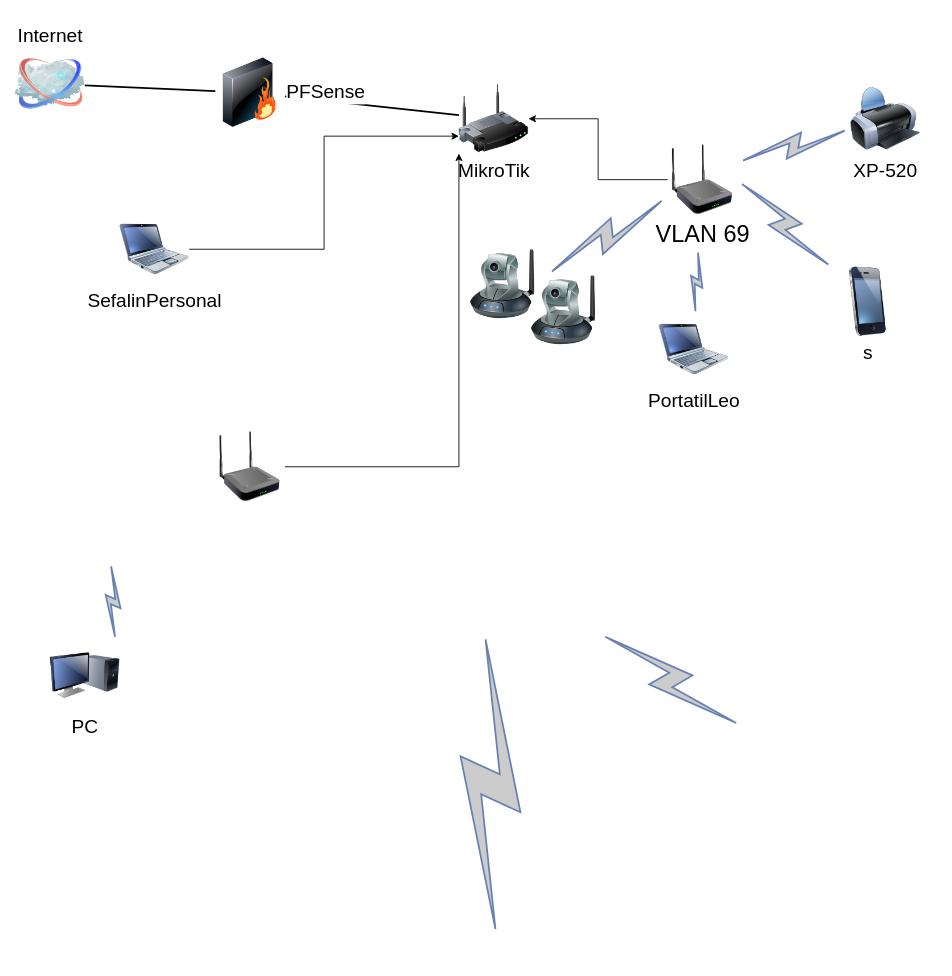
Earlier version of the draw.io diagram Untitled Diagram.drawio (sefalin84/diagramas). Source tidied: cells renumbered, new cells numbered last; positions are measured from the earlier drawing's top-left corner, leaving out a move shared by most shapes. Both pictures are drawn from the tidied source at 87%, with x=0, y=0 at pixel (15, 49).
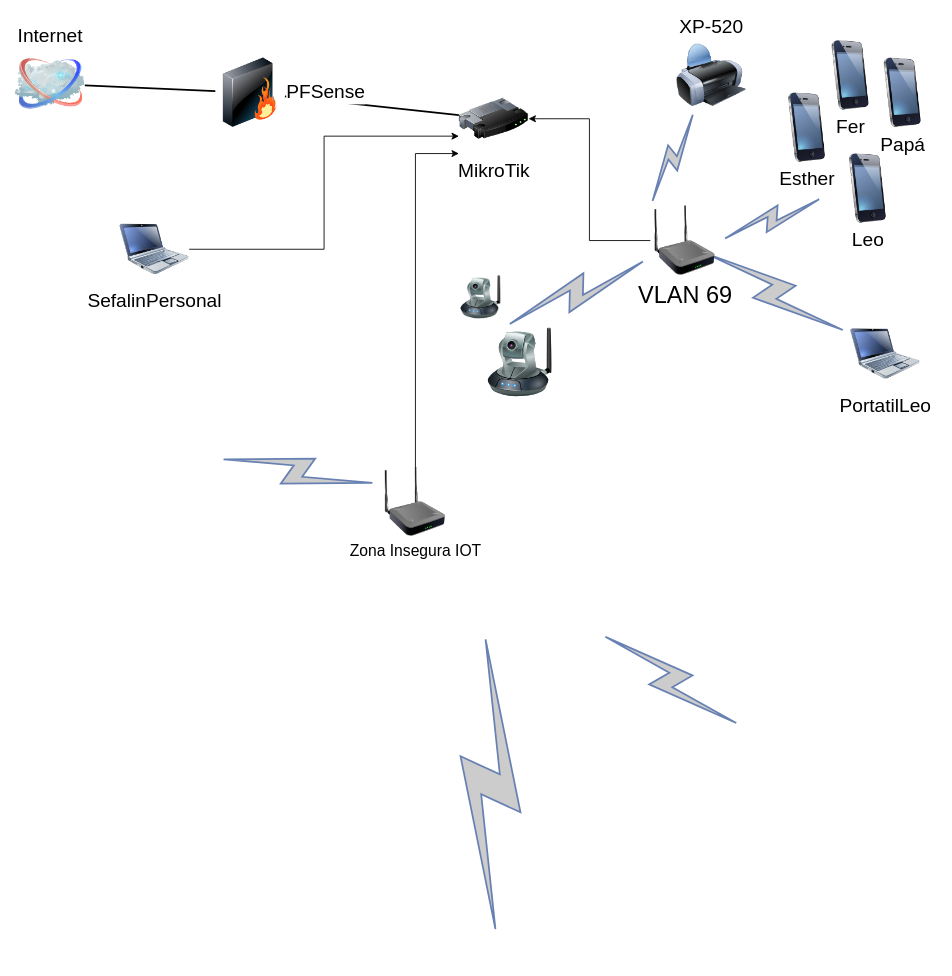
The same diagram, later.

Diff of the diagram source:
```diff
@@
-    <mxCell id="3" value="MikroTik" style="image;html=1;labelBackgroundColor=#ffffff;image=img/lib/clip_art/networking/Wireless_Router_128x128.png;rounded=1;shadow=0;comic=0;strokeWidth=2;fontSize=22;" parent="1" vertex="1">
+    <mxCell id="3" value="MikroTik" style="image;html=1;image=img/lib/clip_art/networking/Router_128x128.png;shadow=0;fontFamily=Helvetica;fontSize=22;fontColor=#000000;align=center;strokeColor=#000000;strokeWidth=2;fillColor=#ffffff;comic=0;" parent="1" vertex="1">
       <mxGeometry x="510" y="40" width="80" height="80" as="geometry" />
     </mxCell>
@@
-    <mxCell id="7" value="PC" style="image;html=1;labelBackgroundColor=#ffffff;image=img/lib/clip_art/computers/Monitor_Tower_128x128.png;rounded=1;shadow=0;comic=0;strokeWidth=2;fontSize=22;" parent="1" vertex="1">
-      <mxGeometry x="40" y="680" width="80" height="80" as="geometry" />
-    </mxCell>
-    <mxCell id="8" value="XP-520" style="image;html=1;labelBackgroundColor=#ffffff;image=img/lib/clip_art/computers/Printer_128x128.png;rounded=1;shadow=0;comic=0;strokeWidth=2;fontSize=22;" parent="1" vertex="1">
-      <mxGeometry x="960" y="40" width="80" height="80" as="geometry" />
+    <mxCell id="8" value="XP-520" style="image;html=1;labelBackgroundColor=#ffffff;image=img/lib/clip_art/computers/Printer_128x128.png;rounded=1;shadow=0;comic=0;strokeWidth=2;fontSize=22;labelPosition=center;verticalLabelPosition=top;align=center;verticalAlign=bottom;" parent="1" vertex="1">
+      <mxGeometry x="760" y="-10" width="80" height="80" as="geometry" />
     </mxCell>
-    <mxCell id="9" value="s" style="image;html=1;labelBackgroundColor=#ffffff;image=img/lib/clip_art/telecommunication/iPhone_128x128.png;rounded=1;shadow=0;comic=0;strokeWidth=2;fontSize=22;" parent="1" vertex="1">
-      <mxGeometry x="940" y="250" width="80" height="80" as="geometry" />
+    <mxCell id="9" value="Esther" style="image;html=1;labelBackgroundColor=#ffffff;image=img/lib/clip_art/telecommunication/iPhone_128x128.png;rounded=1;shadow=0;comic=0;strokeWidth=2;fontSize=22;" parent="1" vertex="1">
+      <mxGeometry x="870" y="50" width="80" height="80" as="geometry" />
     </mxCell>
@@
     <mxCell id="12" value="PortatilLeo" style="image;html=1;labelBackgroundColor=#ffffff;image=img/lib/clip_art/computers/Netbook_128x128.png;rounded=1;shadow=0;comic=0;strokeWidth=2;fontSize=22;" parent="1" vertex="1">
-      <mxGeometry x="740" y="305" width="80" height="80" as="geometry" />
+      <mxGeometry x="960" y="310" width="80" height="80" as="geometry" />
     </mxCell>
-    <mxCell id="13" style="html=1;fillColor=#CCCCCC;strokeColor=#6881B3;gradientColor=none;gradientDirection=north;strokeWidth=2;shape=mxgraph.networks.comm_link_edge;html=1;labelBackgroundColor=none;endArrow=none;fontFamily=Verdana;fontSize=22;fontColor=#000000;entryX=1;entryY=0.25;entryDx=0;entryDy=0;" parent="1" edge="1" source="8" target="20">
+    <mxCell id="13" style="html=1;fillColor=#CCCCCC;strokeColor=#6881B3;gradientColor=none;gradientDirection=north;strokeWidth=2;shape=mxgraph.networks.comm_link_edge;html=1;labelBackgroundColor=none;endArrow=none;fontFamily=Verdana;fontSize=22;fontColor=#000000;entryX=0;entryY=0;entryDx=0;entryDy=0;" parent="1" edge="1" source="8" target="20">
       <mxGeometry relative="1" as="geometry" />
     </mxCell>
-    <mxCell id="14" style="html=1;fillColor=#CCCCCC;strokeColor=#6881B3;gradientColor=none;gradientDirection=north;strokeWidth=2;shape=mxgraph.networks.comm_link_edge;html=1;labelBackgroundColor=none;endArrow=none;fontFamily=Verdana;fontSize=22;fontColor=#000000;fontStyle=1;" parent="1" edge="1" source="7">
+    <mxCell id="14" style="html=1;fillColor=#CCCCCC;strokeColor=#6881B3;gradientColor=none;gradientDirection=north;strokeWidth=2;shape=mxgraph.networks.comm_link_edge;html=1;labelBackgroundColor=none;endArrow=none;fontFamily=Verdana;fontSize=22;fontColor=#000000;fontStyle=1;exitX=0;exitY=0.25;exitDx=0;exitDy=0;" parent="1" edge="1" source="25">
       <mxGeometry relative="1" as="geometry">
-        <mxPoint x="110" y="590" as="targetPoint" />
-        <Array as="points">
-          <mxPoint x="150" y="640" />
-        </Array>
+        <mxPoint x="230" y="470" as="targetPoint" />
       </mxGeometry>
     </mxCell>
@@
-    <mxCell id="18" style="html=1;fillColor=#CCCCCC;strokeColor=#6881B3;gradientColor=none;gradientDirection=north;strokeWidth=2;shape=mxgraph.networks.comm_link_edge;html=1;labelBackgroundColor=none;endArrow=none;fontFamily=Verdana;fontSize=22;fontColor=#000000;entryX=1;entryY=0.5;entryDx=0;entryDy=0;" parent="1" edge="1" source="9" target="20">
-      <mxGeometry relative="1" as="geometry" />
+    <mxCell id="18" style="html=1;fillColor=#CCCCCC;strokeColor=#6881B3;gradientColor=none;gradientDirection=north;strokeWidth=2;shape=mxgraph.networks.comm_link_edge;html=1;labelBackgroundColor=none;endArrow=none;fontFamily=Verdana;fontSize=22;fontColor=#000000;entryX=1;entryY=0.5;entryDx=0;entryDy=0;" parent="1" edge="1" target="20">
+      <mxGeometry relative="1" as="geometry">
+        <mxPoint x="930" y="170" as="sourcePoint" />
+      </mxGeometry>
     </mxCell>
@@
     <mxCell id="20" value="&lt;font style=&quot;font-size: 27px&quot;&gt;VLAN 69&lt;/font&gt;" style="image;html=1;image=img/lib/clip_art/networking/Repeater_128x128.png;" parent="1" vertex="1">
-      <mxGeometry x="750" y="110" width="80" height="80" as="geometry" />
+      <mxGeometry x="730" y="180" width="80" height="80" as="geometry" />
     </mxCell>
     <mxCell id="21" style="image;html=1;image=img/lib/clip_art/networking/Ip_Camera_128x128.png;" parent="1" vertex="1">
-      <mxGeometry x="590" y="260" width="80" height="80" as="geometry" />
+      <mxGeometry x="540" y="320" width="80" height="80" as="geometry" />
     </mxCell>
@@
     <mxCell id="23" style="image;html=1;image=img/lib/clip_art/networking/Ip_Camera_128x128.png;" parent="1" vertex="1">
-      <mxGeometry x="520" y="230" width="80" height="80" as="geometry" />
+      <mxGeometry x="510" y="260" width="50" height="50" as="geometry" />
     </mxCell>
     <mxCell id="24" style="edgeStyle=orthogonalEdgeStyle;rounded=0;jettySize=auto;html=1;entryX=0;entryY=1;entryDx=0;entryDy=0;" parent="1" edge="1" source="25" target="3">
-      <mxGeometry relative="1" as="geometry" />
+      <mxGeometry relative="1" as="geometry">
+        <Array as="points">
+          <mxPoint x="460" y="480" />
+          <mxPoint x="460" y="120" />
+        </Array>
+      </mxGeometry>
     </mxCell>
-    <mxCell id="25" style="image;html=1;image=img/lib/clip_art/networking/Repeater_128x128.png;" parent="1" vertex="1">
-      <mxGeometry x="230" y="440" width="80" height="80" as="geometry" />
+    <mxCell id="25" value="Zona Insegura IOT" style="image;html=1;image=img/lib/clip_art/networking/Repeater_128x128.png;fontSize=18;" parent="1" vertex="1">
+      <mxGeometry x="420" y="480" width="80" height="80" as="geometry" />
     </mxCell>
+    <mxCell id="26" value="Fer" style="image;html=1;labelBackgroundColor=#ffffff;image=img/lib/clip_art/telecommunication/iPhone_128x128.png;rounded=1;shadow=0;comic=0;strokeWidth=2;fontSize=22;" parent="1" vertex="1">
+      <mxGeometry x="920" y="-10" width="80" height="80" as="geometry" />
+    </mxCell>
+    <mxCell id="27" value="Leo" style="image;html=1;labelBackgroundColor=#ffffff;image=img/lib/clip_art/telecommunication/iPhone_128x128.png;rounded=1;shadow=0;comic=0;strokeWidth=2;fontSize=22;" parent="1" vertex="1">
+      <mxGeometry x="940" y="120" width="80" height="80" as="geometry" />
+    </mxCell>
+    <mxCell id="28" value="Papá" style="image;html=1;labelBackgroundColor=#ffffff;image=img/lib/clip_art/telecommunication/iPhone_128x128.png;rounded=1;shadow=0;comic=0;strokeWidth=2;fontSize=22;" parent="1" vertex="1">
+      <mxGeometry x="980" y="10" width="80" height="80" as="geometry" />
+    </mxCell>
```
